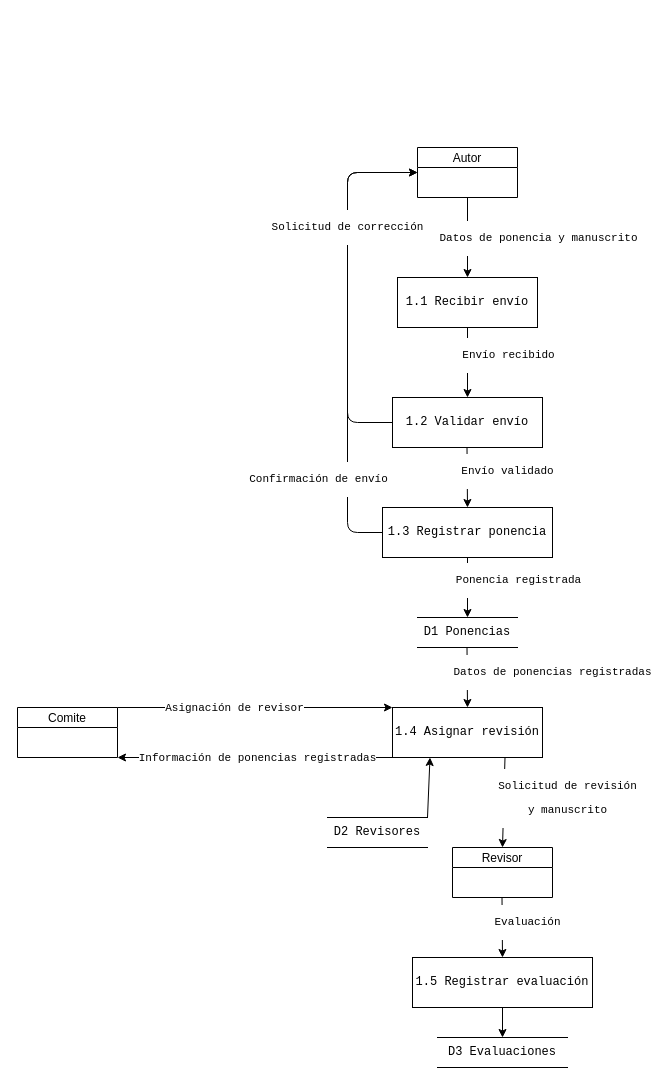
Before: docs/dfd/envio-ponencias-nivel1.drawio in GustavoNCC/SEConference, a draw.io diagram. Source tidied: cells renumbered, new cells numbered last; positions are measured from the earlier drawing's top-left corner, leaving out a move shared by most shapes. Both pictures are drawn from the tidied source at 100%, with x=0, y=0 at pixel (17, 147).
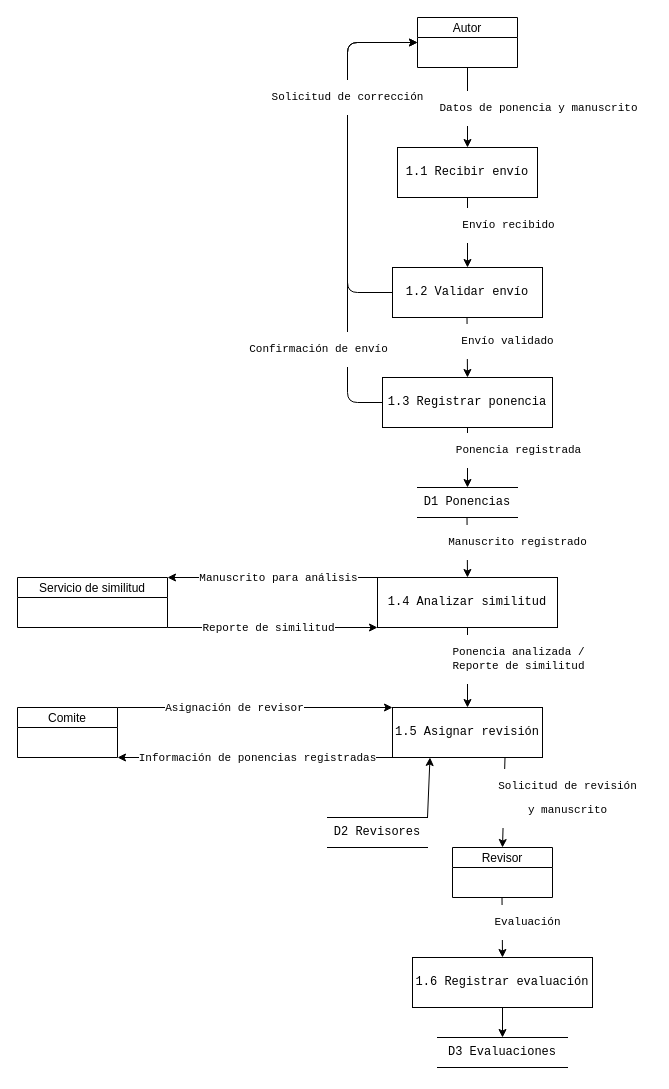
The same page after the edit.

Commit message (it also covers changes not shown here):
docs: add similarity service to submission DFDs

Diff of the diagram source:
```diff
@@
     <mxCell id="2" style="endArrow=classic;html=1;exitX=0;exitY=0.5;exitDx=0;exitDy=0;entryX=0;entryY=0.5;entryDx=0;entryDy=0;" parent="1" edge="1" source="4" target="12">
       <mxGeometry relative="1" as="geometry">
         <Array as="points">
-          <mxPoint x="330" y="385" />
-          <mxPoint x="330" y="200" />
-          <mxPoint x="330" y="25" />
+          <mxPoint x="330" y="255" />
+          <mxPoint x="330" y="70" />
+          <mxPoint x="330" y="-105" />
         </Array>
       </mxGeometry>
     </mxCell>
@@
     <mxCell id="4" value="&lt;pre dir=&quot;ltr&quot;&gt;&lt;code&gt;1.3 Registrar ponencia&lt;/code&gt;&lt;/pre&gt;" style="html=1;dashed=0;whiteSpace=wrap;" parent="1" vertex="1">
-      <mxGeometry x="365" y="360" width="170" height="50" as="geometry" />
+      <mxGeometry x="365" y="230" width="170" height="50" as="geometry" />
     </mxCell>
     <mxCell id="5" value="&lt;pre dir=&quot;ltr&quot;&gt;&lt;code&gt;1.2 Validar envío&lt;/code&gt;&lt;/pre&gt;" style="html=1;dashed=0;whiteSpace=wrap;" parent="1" vertex="1">
-      <mxGeometry x="375" y="250" width="150" height="50" as="geometry" />
+      <mxGeometry x="375" y="120" width="150" height="50" as="geometry" />
     </mxCell>
@@
-    <mxCell id="7" value="&lt;pre dir=&quot;ltr&quot;&gt;&lt;code&gt;1.5 Registrar evaluación&lt;/code&gt;&lt;/pre&gt;" style="html=1;dashed=0;whiteSpace=wrap;" parent="1" vertex="1">
+    <mxCell id="7" value="&lt;pre dir=&quot;ltr&quot;&gt;&lt;code&gt;1.6 Registrar evaluación&lt;/code&gt;&lt;/pre&gt;" style="html=1;dashed=0;whiteSpace=wrap;" parent="1" vertex="1">
       <mxGeometry x="395" y="810" width="180" height="50" as="geometry" />
     </mxCell>
     <mxCell id="8" value="&lt;pre dir=&quot;ltr&quot;&gt;&lt;code&gt;1.1 Recibir envío&lt;/code&gt;&lt;/pre&gt;" style="html=1;dashed=0;whiteSpace=wrap;" parent="1" vertex="1">
-      <mxGeometry x="380" y="130" width="140" height="50" as="geometry" />
+      <mxGeometry x="380" width="140" height="50" as="geometry" />
     </mxCell>
@@
-    <mxCell id="11" value="&lt;pre dir=&quot;ltr&quot;&gt;&lt;code&gt;1.4 Asignar revisión&lt;br/&gt;&lt;/code&gt;&lt;/pre&gt;" style="html=1;dashed=0;whiteSpace=wrap;" parent="1" vertex="1">
+    <mxCell id="11" value="&lt;pre dir=&quot;ltr&quot;&gt;&lt;code&gt;1.5 Asignar revisión&lt;br&gt;&lt;/code&gt;&lt;/pre&gt;" style="html=1;dashed=0;whiteSpace=wrap;" parent="1" vertex="1">
       <mxGeometry x="375" y="560" width="150" height="50" as="geometry" />
     </mxCell>
     <mxCell id="12" value="Autor" style="swimlane;fontStyle=0;horizontal=1;startSize=20;fillColor=#ffffff;swimlaneFillColor=#ffffff;" parent="1" vertex="1">
-      <mxGeometry x="400" width="100" height="50" as="geometry" />
+      <mxGeometry x="400" y="-130" width="100" height="50" as="geometry" />
     </mxCell>
@@
     <mxCell id="14" value="&lt;pre dir=&quot;ltr&quot;&gt;&lt;code&gt;D1 Ponencias&lt;/code&gt;&lt;/pre&gt;" style="html=1;dashed=0;whiteSpace=wrap;shape=partialRectangle;right=0;left=0;" parent="1" vertex="1">
-      <mxGeometry x="400" y="470" width="100" height="30" as="geometry" />
+      <mxGeometry x="400" y="340" width="100" height="30" as="geometry" />
     </mxCell>
@@
     <mxCell id="20" style="endArrow=classic;html=1;entryX=0.5;entryY=0;entryDx=0;entryDy=0;" parent="1" edge="1" target="5">
       <mxGeometry relative="1" as="geometry">
-        <mxPoint x="450" y="180" as="sourcePoint" />
+        <mxPoint x="450" y="50" as="sourcePoint" />
       </mxGeometry>
     </mxCell>
@@
     <mxCell id="22" style="endArrow=classic;html=1;exitX=0;exitY=0.5;exitDx=0;exitDy=0;entryX=0;entryY=0.5;entryDx=0;entryDy=0;" parent="1" edge="1" source="5" target="12">
       <mxGeometry relative="1" as="geometry">
         <Array as="points">
-          <mxPoint x="330" y="275" />
-          <mxPoint x="330" y="130" />
-          <mxPoint x="330" y="25" />
+          <mxPoint x="330" y="145" />
+          <mxPoint x="330" />
+          <mxPoint x="330" y="-105" />
         </Array>
       </mxGeometry>
     </mxCell>
@@
     <mxCell id="24" style="endArrow=classic;html=1;" parent="1" edge="1">
       <mxGeometry relative="1" as="geometry">
-        <mxPoint x="449.5" y="300" as="sourcePoint" />
-        <mxPoint x="450" y="360" as="targetPoint" />
+        <mxPoint x="449.5" y="170" as="sourcePoint" />
+        <mxPoint x="450" y="230" as="targetPoint" />
       </mxGeometry>
     </mxCell>
@@
-    <mxCell id="29" style="endArrow=classic;html=1;exitX=0.5;exitY=1;exitDx=0;exitDy=0;entryX=0.5;entryY=0;entryDx=0;entryDy=0;" parent="1" edge="1" target="11">
+    <mxCell id="29" style="endArrow=classic;html=1;exitX=0.5;exitY=1;exitDx=0;exitDy=0;entryX=0.5;entryY=0;entryDx=0;entryDy=0;" parent="1" edge="1" target="41">
       <mxGeometry relative="1" as="geometry">
-        <mxPoint x="449.5" y="500" as="sourcePoint" />
+        <mxPoint x="449.5" y="370" as="sourcePoint" />
       </mxGeometry>
     </mxCell>
-    <mxCell id="30" value="&lt;pre dir=&quot;ltr&quot;&gt;&lt;code&gt;Datos de ponencias registradas&lt;/code&gt;&lt;/pre&gt;" style="edgeLabel;html=1;align=center;verticalAlign=middle;" parent="29" vertex="1">
+    <mxCell id="30" value="&lt;pre dir=&quot;ltr&quot;&gt;&lt;code&gt;Manuscrito registrado&lt;/code&gt;&lt;/pre&gt;" style="edgeLabel;html=1;align=center;verticalAlign=middle;" parent="29" vertex="1">
       <mxGeometry x="-0.35" y="2" relative="1" as="geometry">
-        <mxPoint x="83" y="5" as="offset" />
+        <mxPoint x="48" y="5" as="offset" />
       </mxGeometry>
     </mxCell>
@@
+    <mxCell id="37" style="edgeStyle=none;html=1;exitX=0;exitY=0;exitDx=0;exitDy=0;entryX=1;entryY=0;entryDx=0;entryDy=0;" parent="1" edge="1" source="41" target="44">
+      <mxGeometry relative="1" as="geometry" />
+    </mxCell>
+    <mxCell id="38" value="&lt;pre dir=&quot;ltr&quot;&gt;&lt;code&gt;Manuscrito para análisis&lt;/code&gt;&lt;/pre&gt;" style="edgeLabel;html=1;align=center;verticalAlign=middle;" parent="37" vertex="1">
+      <mxGeometry x="-0.25" y="2" relative="1" as="geometry">
+        <mxPoint x="-21" y="-2" as="offset" />
+      </mxGeometry>
+    </mxCell>
+    <mxCell id="39" style="edgeStyle=none;html=1;exitX=0.5;exitY=1;exitDx=0;exitDy=0;entryX=0.5;entryY=0;entryDx=0;entryDy=0;" parent="1" edge="1" source="41" target="11">
+      <mxGeometry relative="1" as="geometry" />
+    </mxCell>
+    <mxCell id="40" value="&lt;pre dir=&quot;ltr&quot;&gt;&lt;code&gt;Ponencia analizada /&lt;br/&gt;Reporte de similitud&lt;/code&gt;&lt;/pre&gt;" style="edgeLabel;html=1;align=center;verticalAlign=middle;" parent="39" vertex="1">
+      <mxGeometry x="-0.55" y="4" relative="1" as="geometry">
+        <mxPoint x="46" y="13" as="offset" />
+      </mxGeometry>
+    </mxCell>
+    <mxCell id="41" value="&lt;pre dir=&quot;ltr&quot;&gt;&lt;code&gt;1.4 Analizar similitud&lt;/code&gt;&lt;/pre&gt;" style="html=1;dashed=0;whiteSpace=wrap;" parent="1" vertex="1">
+      <mxGeometry x="360" y="430" width="180" height="50" as="geometry" />
+    </mxCell>
+    <mxCell id="42" style="edgeStyle=none;html=1;exitX=1;exitY=1;exitDx=0;exitDy=0;entryX=0;entryY=1;entryDx=0;entryDy=0;" parent="1" edge="1" source="44" target="41">
+      <mxGeometry relative="1" as="geometry" />
+    </mxCell>
+    <mxCell id="43" value="&lt;pre dir=&quot;ltr&quot;&gt;&lt;code&gt;Reporte de similitud&lt;br/&gt;&lt;/code&gt;&lt;/pre&gt;" style="edgeLabel;html=1;align=center;verticalAlign=middle;" parent="42" vertex="1">
+      <mxGeometry x="-0.17" relative="1" as="geometry">
+        <mxPoint x="13" as="offset" />
+      </mxGeometry>
+    </mxCell>
+    <mxCell id="44" value="Servicio de similitud" style="swimlane;fontStyle=0;horizontal=1;startSize=20;fillColor=#ffffff;swimlaneFillColor=#ffffff;" parent="1" vertex="1">
+      <mxGeometry y="430" width="150" height="50" as="geometry" />
+    </mxCell>
```
